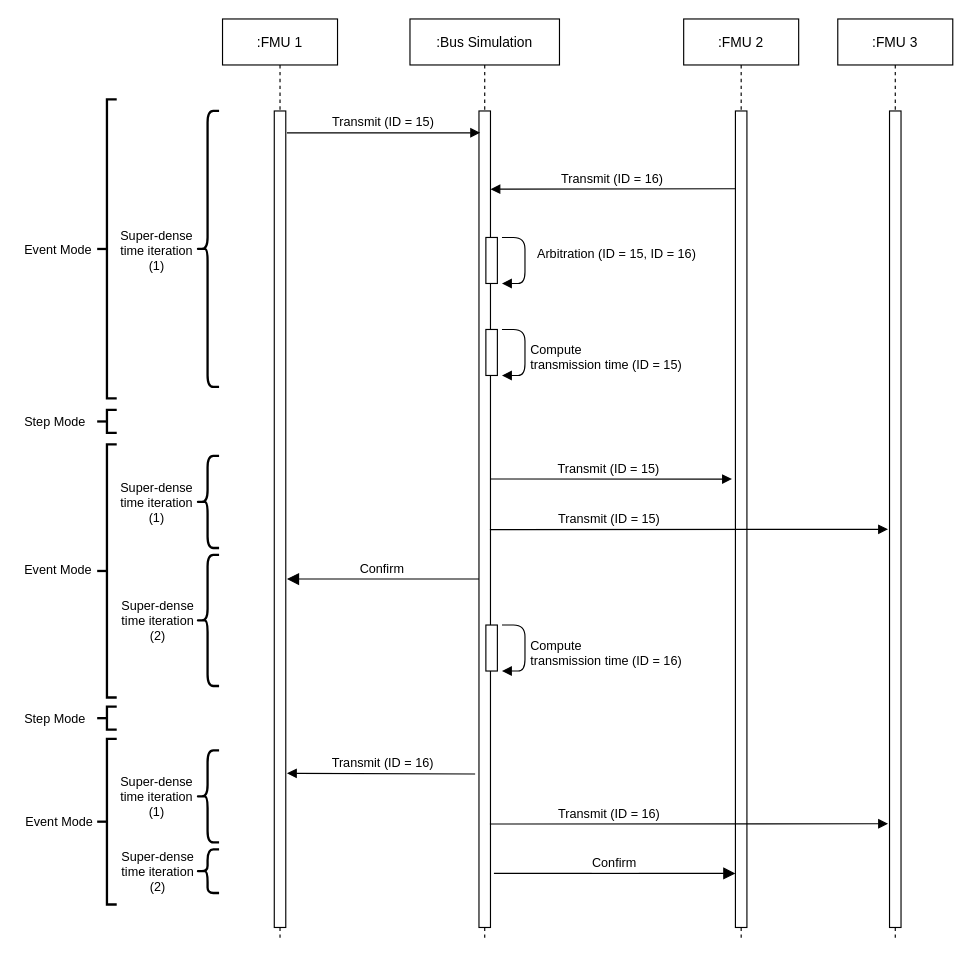
This is docs/images/can_arbitration_overview_with_buffer.drawio from modelica/fmi-ls-bus, a draw.io file, before an edit. Source tidied: cells renumbered, new cells numbered last; positions are measured from the earlier drawing's top-left corner, leaving out a move shared by most shapes. Both pictures are drawn from the tidied source at 115%, with x=0, y=0 at pixel (18, 18).
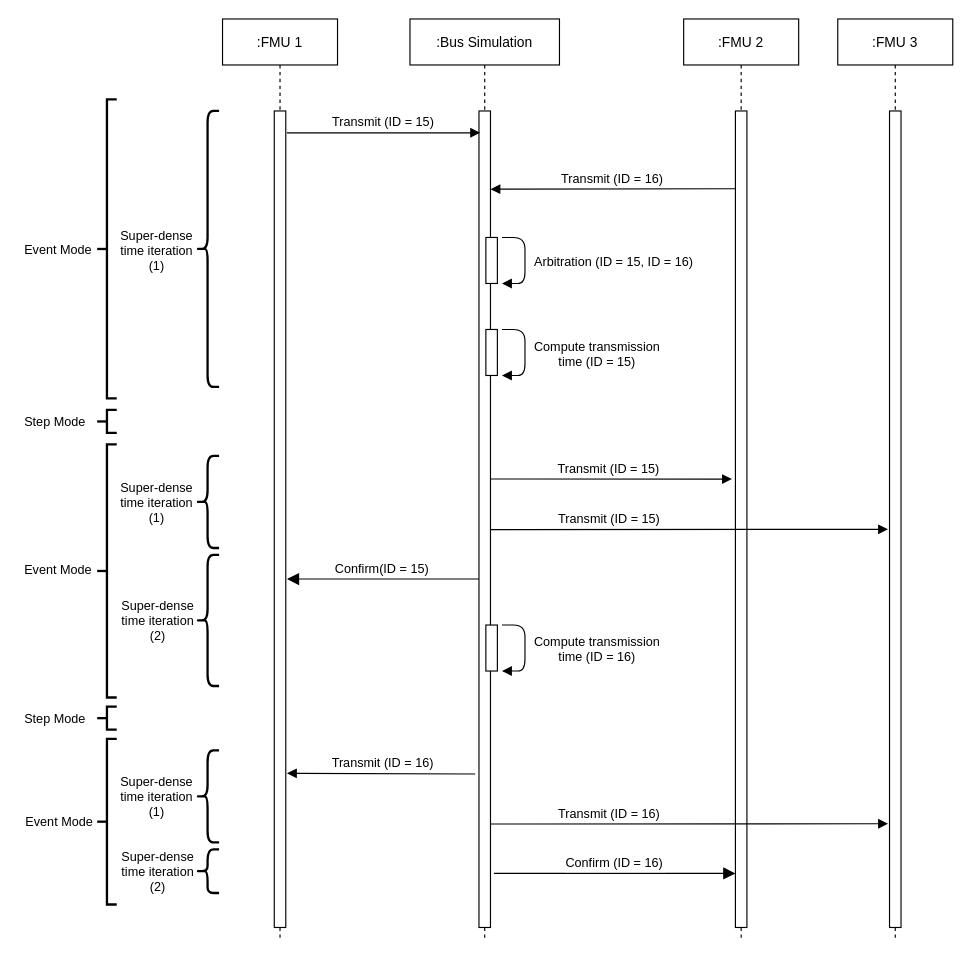
After the change.

Unchanged cells that the change refers to:
```xml
<mxCell id="2" value=":Bus Simulation" style="shape=umlLifeline;perimeter=lifelinePerimeter;rounded=0;shadow=0;strokeWidth=1;" parent="1" vertex="1">
  <mxGeometry x="340" width="130" height="800" as="geometry" />
</mxCell>
```

The edit, as a diff of the source:
```diff
@@
-    <mxCell id="6" value="Compute&#10;transmission time (ID = 15)" style="verticalAlign=bottom;endArrow=block;shadow=0;strokeWidth=1;align=left;" parent="2" edge="1">
-      <mxGeometry x="0.5" y="-3" relative="1" as="geometry">
+    <mxCell id="6" value="Compute transmission&#10;time (ID = 15)" style="verticalAlign=bottom;endArrow=block;shadow=0;strokeWidth=1;align=center;spacing=5;spacingTop=0;" parent="2" edge="1">
+      <mxGeometry x="0.5" y="-63" relative="1" as="geometry">
         <mxPoint x="80" y="270" as="sourcePoint" />
         <mxPoint x="80" y="310" as="targetPoint" />
         <Array as="points">
           <mxPoint x="100" y="270" />
           <mxPoint x="100" y="310" />
         </Array>
-        <mxPoint x="3" y="3" as="offset" />
+        <mxPoint x="63" y="63" as="offset" />
       </mxGeometry>
     </mxCell>
@@
-    <mxCell id="11" value="Arbitration (ID = 15, ID = 16)" style="verticalAlign=bottom;endArrow=block;shadow=0;strokeWidth=1;" parent="1" edge="1">
-      <mxGeometry x="0.07" y="80" relative="1" as="geometry">
+    <mxCell id="11" value="Arbitration (ID = 15, ID = 16)" style="verticalAlign=bottom;endArrow=block;shadow=0;strokeWidth=1;spacingLeft=9;" parent="1" edge="1">
+      <mxGeometry x="0.25" y="73" relative="1" as="geometry">
         <mxPoint x="420" y="190" as="sourcePoint" />
         <mxPoint x="420" y="230" as="targetPoint" />
         <Array as="points">
           <mxPoint x="440" y="190" />
           <mxPoint x="440" y="230" />
         </Array>
       </mxGeometry>
     </mxCell>
@@
-    <mxCell id="21" value="Confirm" style="verticalAlign=bottom;endArrow=block;endSize=8;exitX=0;exitY=0.95;shadow=0;strokeWidth=1;endFill=1;" parent="1" edge="1">
+    <mxCell id="21" value="Confirm(ID = 15)" style="verticalAlign=bottom;endArrow=block;endSize=8;exitX=0;exitY=0.95;shadow=0;strokeWidth=1;endFill=1;" parent="1" edge="1">
       <mxGeometry relative="1" as="geometry">
         <mxPoint x="400" y="487" as="sourcePoint" />
         <mxPoint x="233" y="487" as="targetPoint" />
       </mxGeometry>
     </mxCell>
@@
-    <mxCell id="34" value="Compute&#10;transmission time (ID = 16)" style="verticalAlign=bottom;endArrow=block;shadow=0;strokeWidth=1;align=left;" parent="1" edge="1">
-      <mxGeometry x="0.5" y="-3" relative="1" as="geometry">
+    <mxCell id="34" value="Compute transmission&#10;time (ID = 16)" style="verticalAlign=bottom;endArrow=block;shadow=0;strokeWidth=1;align=center;spacing=-2;" parent="1" edge="1">
+      <mxGeometry x="0.33" y="63" relative="1" as="geometry">
         <mxPoint x="420" y="527" as="sourcePoint" />
         <mxPoint x="420" y="567" as="targetPoint" />
         <Array as="points">
           <mxPoint x="440" y="527" />
           <mxPoint x="440" y="567" />
         </Array>
-        <mxPoint x="3" y="3" as="offset" />
       </mxGeometry>
     </mxCell>
@@
-    <mxCell id="39" value="Confirm" style="verticalAlign=bottom;endArrow=block;endSize=8;shadow=0;strokeWidth=1;endFill=1;" parent="1" edge="1">
+    <mxCell id="39" value="Confirm (ID = 16)" style="verticalAlign=bottom;endArrow=block;endSize=8;shadow=0;strokeWidth=1;endFill=1;" parent="1" edge="1">
       <mxGeometry relative="1" as="geometry">
         <mxPoint x="413" y="743" as="sourcePoint" />
         <mxPoint x="623" y="743" as="targetPoint" />
       </mxGeometry>
     </mxCell>
```
